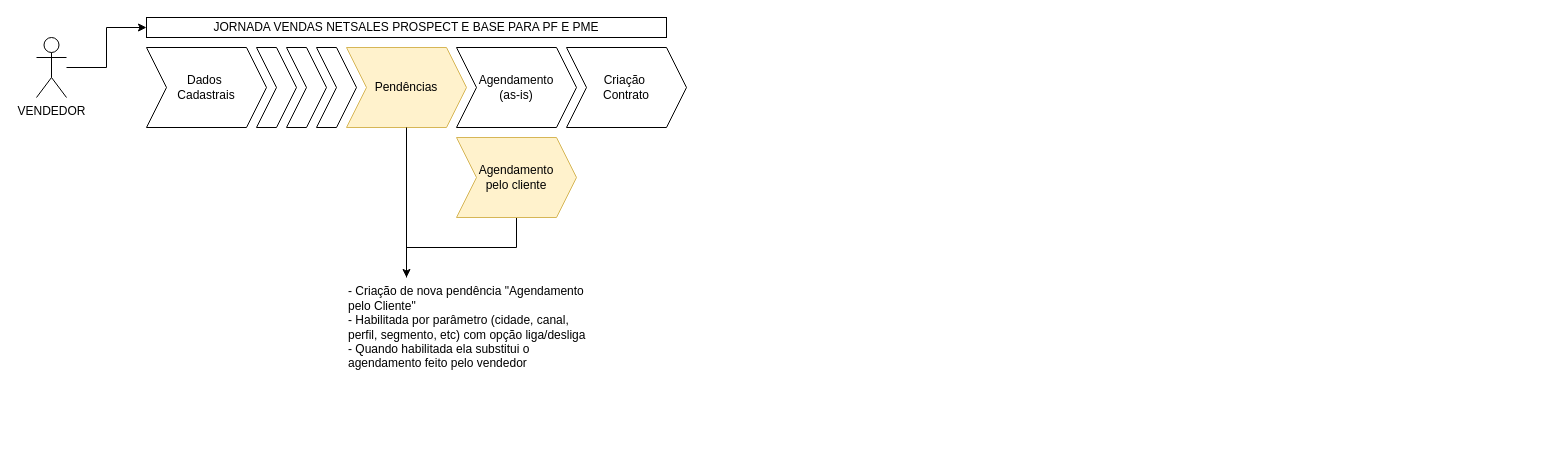
Before: Agenda Quebra Zero.drawio in samirali/ClaroBrasil, a draw.io diagram. Source tidied: cells renumbered, new cells numbered last; positions are measured from the earlier drawing's top-left corner, leaving out a move shared by most shapes. Both pictures are drawn from the tidied source at 100%, with x=0, y=0 at pixel (36, 17).
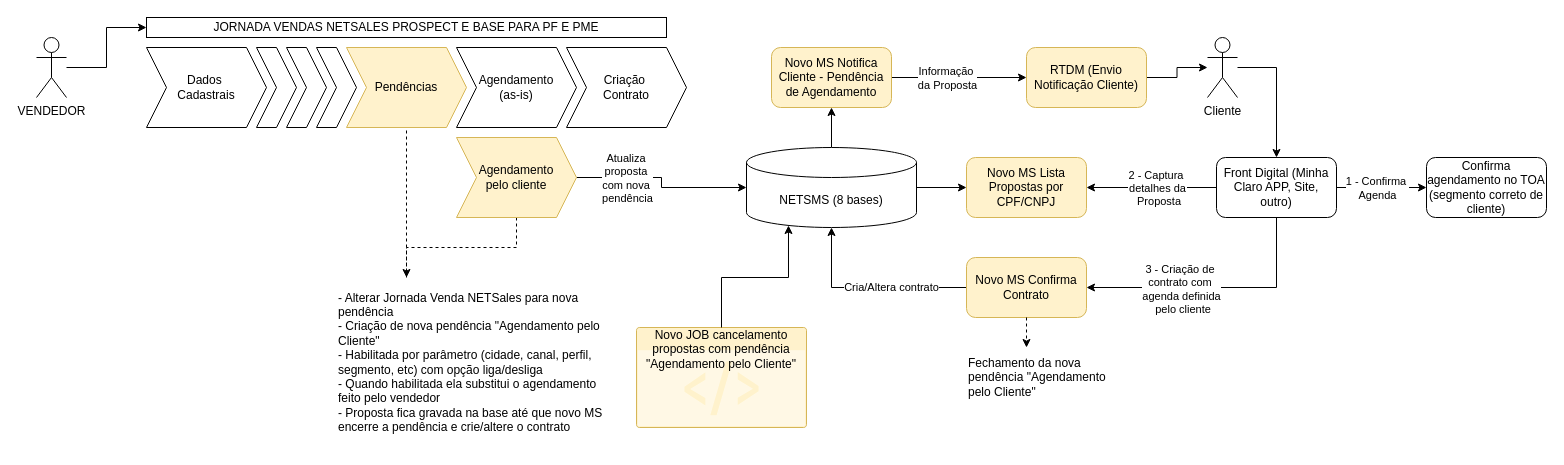
The same page after the edit.

The change refers to these unchanged cells:
```xml
<mxCell id="6" value="Pendências" style="shape=step;perimeter=stepPerimeter;whiteSpace=wrap;html=1;fixedSize=1;fillColor=#fff2cc;strokeColor=#d6b656;" parent="1" vertex="1">
  <mxGeometry x="310" y="30" width="120" height="80" as="geometry" />
</mxCell>
<mxCell id="15" value="Agendamento&lt;div&gt;pelo cliente&lt;br&gt;&lt;/div&gt;" style="shape=step;perimeter=stepPerimeter;whiteSpace=wrap;html=1;fixedSize=1;fillColor=#fff2cc;strokeColor=#d6b656;" parent="1" vertex="1">
  <mxGeometry x="420" y="120" width="120" height="80" as="geometry" />
</mxCell>
```

What changed in the source:
```diff
@@
-    <mxCell id="9" value="- Criação de nova pendência &quot;Agendamento pelo Cliente&quot;&lt;div&gt;- Habilitada por parâmetro (cidade, canal, perfil, segmento, etc) com opção liga/desliga&lt;/div&gt;&lt;div&gt;- Quando habilitada ela substitui o agendamento feito pelo vendedor&lt;/div&gt;" style="text;html=1;align=left;verticalAlign=middle;whiteSpace=wrap;rounded=0;" parent="1" vertex="1">
-      <mxGeometry x="310" y="260" width="240" height="100" as="geometry" />
+    <mxCell id="9" value="- Alterar Jornada Venda NETSales para nova pendência&lt;div&gt;- Criação de nova pendência &quot;Agendamento pelo Cliente&quot;&lt;div&gt;- Habilitada por parâmetro (cidade, canal, perfil, segmento, etc) com opção liga/desliga&lt;/div&gt;&lt;div&gt;- Quando habilitada ela substitui o agendamento feito pelo vendedor&lt;/div&gt;&lt;/div&gt;&lt;div&gt;- Proposta fica gravada na base até que novo MS encerre a pendência e crie/altere o contrato&lt;/div&gt;" style="text;html=1;align=left;verticalAlign=middle;whiteSpace=wrap;rounded=0;" parent="1" vertex="1">
+      <mxGeometry x="300" y="260" width="280" height="170" as="geometry" />
     </mxCell>
-    <mxCell id="10" style="endArrow=none;html=1;rounded=0;entryX=0.5;entryY=1;entryDx=0;entryDy=0;exitX=0.25;exitY=0;exitDx=0;exitDy=0;" parent="1" edge="1" source="9" target="6">
+    <mxCell id="10" style="endArrow=none;html=1;rounded=0;entryX=0.5;entryY=1;entryDx=0;entryDy=0;exitX=0.25;exitY=0;exitDx=0;exitDy=0;dashed=1;" parent="1" edge="1" source="9" target="6">
       <mxGeometry relative="1" as="geometry" />
     </mxCell>
@@
-    <mxCell id="14" style="edgeStyle=orthogonalEdgeStyle;rounded=0;jettySize=auto;html=1;entryX=0.25;entryY=0;entryDx=0;entryDy=0;" parent="1" edge="1" source="15" target="9">
+    <mxCell id="14" style="edgeStyle=orthogonalEdgeStyle;rounded=0;jettySize=auto;html=1;entryX=0.25;entryY=0;entryDx=0;entryDy=0;dashed=1;" parent="1" edge="1" source="15" target="9">
       <mxGeometry relative="1" as="geometry" />
     </mxCell>
+    <mxCell id="16" style="edgeStyle=orthogonalEdgeStyle;rounded=0;jettySize=auto;html=1;" parent="1" edge="1" source="15" target="20">
+      <mxGeometry relative="1" as="geometry" />
+    </mxCell>
+    <mxCell id="17" value="Atualiza&amp;nbsp;&lt;div&gt;proposta&amp;nbsp;&lt;div&gt;com nova&amp;nbsp;&lt;/div&gt;&lt;div&gt;pendência&lt;/div&gt;&lt;/div&gt;" style="edgeLabel;html=1;align=center;verticalAlign=middle;" parent="16" vertex="1">
+      <mxGeometry x="-0.12" y="1" relative="1" as="geometry">
+        <mxPoint x="-29" y="1" as="offset" />
+      </mxGeometry>
+    </mxCell>
@@
+    <mxCell id="18" style="edgeStyle=orthogonalEdgeStyle;rounded=0;jettySize=auto;html=1;entryX=0.5;entryY=1;entryDx=0;entryDy=0;" parent="1" edge="1" source="20" target="23">
+      <mxGeometry relative="1" as="geometry" />
+    </mxCell>
+    <mxCell id="19" style="edgeStyle=orthogonalEdgeStyle;rounded=0;jettySize=auto;html=1;entryX=0;entryY=0.5;entryDx=0;entryDy=0;" parent="1" edge="1" source="20" target="36">
+      <mxGeometry relative="1" as="geometry" />
+    </mxCell>
+    <mxCell id="20" value="NETSMS (8 bases)" style="shape=cylinder3;whiteSpace=wrap;html=1;boundedLbl=1;backgroundOutline=1;size=15;" parent="1" vertex="1">
+      <mxGeometry x="710" y="130" width="170" height="80" as="geometry" />
+    </mxCell>
+    <mxCell id="21" style="edgeStyle=orthogonalEdgeStyle;rounded=0;jettySize=auto;html=1;" parent="1" edge="1" source="23" target="25">
+      <mxGeometry relative="1" as="geometry" />
+    </mxCell>
+    <mxCell id="22" value="Informação&amp;nbsp;&lt;div&gt;da Proposta&lt;/div&gt;" style="edgeLabel;html=1;align=center;verticalAlign=middle;" parent="21" vertex="1">
+      <mxGeometry x="-0.37" y="-2" relative="1" as="geometry">
+        <mxPoint x="12" y="-2" as="offset" />
+      </mxGeometry>
+    </mxCell>
+    <mxCell id="23" value="Novo MS Notifica Cliente - Pendência de Agendamento" style="rounded=1;whiteSpace=wrap;html=1;fillColor=#fff2cc;strokeColor=#d6b656;" parent="1" vertex="1">
+      <mxGeometry x="735" y="30" width="120" height="60" as="geometry" />
+    </mxCell>
+    <mxCell id="24" style="edgeStyle=orthogonalEdgeStyle;rounded=0;jettySize=auto;html=1;" parent="1" edge="1" source="25" target="27">
+      <mxGeometry relative="1" as="geometry" />
+    </mxCell>
+    <mxCell id="25" value="RTDM (Envio Notificação Cliente)" style="whiteSpace=wrap;html=1;rounded=1;fillColor=#fff2cc;strokeColor=#d6b656;" parent="1" vertex="1">
+      <mxGeometry x="990" y="30" width="120" height="60" as="geometry" />
+    </mxCell>
+    <mxCell id="26" style="edgeStyle=orthogonalEdgeStyle;rounded=0;jettySize=auto;html=1;entryX=0.5;entryY=0;entryDx=0;entryDy=0;" parent="1" edge="1" source="27" target="34">
+      <mxGeometry relative="1" as="geometry">
+        <Array as="points">
+          <mxPoint x="1240" y="50" />
+        </Array>
+      </mxGeometry>
+    </mxCell>
+    <mxCell id="27" value="Cliente" style="shape=umlActor;verticalLabelPosition=bottom;verticalAlign=top;html=1;outlineConnect=0;" parent="1" vertex="1">
+      <mxGeometry x="1171" y="20" width="30" height="60" as="geometry" />
+    </mxCell>
+    <mxCell id="28" style="edgeStyle=orthogonalEdgeStyle;rounded=0;jettySize=auto;html=1;" parent="1" edge="1" source="34" target="35">
+      <mxGeometry relative="1" as="geometry" />
+    </mxCell>
+    <mxCell id="29" value="1 - Confirma&amp;nbsp;&lt;div&gt;Agenda&lt;/div&gt;" style="edgeLabel;html=1;align=center;verticalAlign=middle;" parent="28" vertex="1">
+      <mxGeometry x="-0.04" relative="1" as="geometry">
+        <mxPoint x="-3" as="offset" />
+      </mxGeometry>
+    </mxCell>
+    <mxCell id="30" style="edgeStyle=orthogonalEdgeStyle;rounded=0;jettySize=auto;html=1;entryX=1;entryY=0.5;entryDx=0;entryDy=0;" parent="1" edge="1" source="34" target="36">
+      <mxGeometry relative="1" as="geometry" />
+    </mxCell>
+    <mxCell id="31" value="2 - Captura&amp;nbsp;&lt;div&gt;detalhes&amp;nbsp;&lt;span style=&quot;background-color: light-dark(#ffffff, var(--ge-dark-color, #121212)); color: light-dark(rgb(0, 0, 0), rgb(255, 255, 255));&quot;&gt;da&lt;/span&gt;&lt;/div&gt;&lt;div&gt;&lt;span style=&quot;background-color: light-dark(#ffffff, var(--ge-dark-color, #121212)); color: light-dark(rgb(0, 0, 0), rgb(255, 255, 255));&quot;&gt;&amp;nbsp;Proposta&lt;/span&gt;&lt;/div&gt;" style="edgeLabel;html=1;align=center;verticalAlign=middle;" parent="30" vertex="1">
+      <mxGeometry x="-0.21" y="2" relative="1" as="geometry">
+        <mxPoint x="-9" y="-2" as="offset" />
+      </mxGeometry>
+    </mxCell>
+    <mxCell id="32" style="edgeStyle=orthogonalEdgeStyle;rounded=0;jettySize=auto;html=1;entryX=1;entryY=0.5;entryDx=0;entryDy=0;" parent="1" edge="1" source="34" target="39">
+      <mxGeometry relative="1" as="geometry">
+        <Array as="points">
+          <mxPoint x="1240" y="270" />
+        </Array>
+      </mxGeometry>
+    </mxCell>
+    <mxCell id="33" value="3 - Criação de&amp;nbsp;&lt;div&gt;contrato com&amp;nbsp;&lt;/div&gt;&lt;div&gt;agenda definida&lt;/div&gt;&lt;div&gt;&amp;nbsp;pelo cliente&lt;/div&gt;" style="edgeLabel;html=1;align=center;verticalAlign=middle;" parent="32" vertex="1">
+      <mxGeometry x="0.28" y="1" relative="1" as="geometry" />
+    </mxCell>
+    <mxCell id="34" value="Front Digital (Minha Claro APP, Site, outro)" style="rounded=1;whiteSpace=wrap;html=1;" parent="1" vertex="1">
+      <mxGeometry x="1180" y="140" width="120" height="60" as="geometry" />
+    </mxCell>
+    <mxCell id="35" value="Confirma agendamento no TOA (segmento correto de cliente)" style="whiteSpace=wrap;html=1;rounded=1;" parent="1" vertex="1">
+      <mxGeometry x="1390" y="140" width="120" height="60" as="geometry" />
+    </mxCell>
+    <mxCell id="36" value="Novo MS Lista Propostas por CPF/CNPJ" style="rounded=1;whiteSpace=wrap;html=1;fillColor=#fff2cc;strokeColor=#d6b656;" parent="1" vertex="1">
+      <mxGeometry x="930" y="140" width="120" height="60" as="geometry" />
+    </mxCell>
+    <mxCell id="37" style="edgeStyle=orthogonalEdgeStyle;rounded=0;jettySize=auto;html=1;" parent="1" edge="1" source="39" target="20">
+      <mxGeometry relative="1" as="geometry" />
+    </mxCell>
+    <mxCell id="38" value="Cria/Altera contrato" style="edgeLabel;html=1;align=center;verticalAlign=middle;" parent="37" vertex="1">
+      <mxGeometry x="-0.22" y="-1" relative="1" as="geometry" />
+    </mxCell>
+    <mxCell id="39" value="Novo MS Confirma Contrato" style="rounded=1;whiteSpace=wrap;html=1;fillColor=#fff2cc;strokeColor=#d6b656;" parent="1" vertex="1">
+      <mxGeometry x="930" y="240" width="120" height="60" as="geometry" />
+    </mxCell>
+    <mxCell id="40" value="Novo JOB cancelamento propostas com pendência &quot;Agendamento pelo Cliente&quot;" style="html=1;whiteSpace=wrap;strokeColor=#d6b656;fillColor=#fff2cc;labelPosition=center;verticalLabelPosition=middle;verticalAlign=top;align=center;fontSize=12;outlineConnect=0;spacingTop=-6;sketch=0;shape=mxgraph.sitemap.script;" parent="1" vertex="1">
+      <mxGeometry x="600" y="310" width="170" height="100" as="geometry" />
+    </mxCell>
+    <mxCell id="41" style="edgeStyle=orthogonalEdgeStyle;rounded=0;jettySize=auto;html=1;entryX=0.247;entryY=0.975;entryDx=0;entryDy=0;entryPerimeter=0;" parent="1" edge="1" source="40" target="20">
+      <mxGeometry relative="1" as="geometry" />
+    </mxCell>
+    <mxCell id="42" value="Fechamento da nova pendência &quot;Agendamento pelo Cliente&quot;" style="text;html=1;align=left;verticalAlign=middle;whiteSpace=wrap;rounded=0;" parent="1" vertex="1">
+      <mxGeometry x="930" y="345" width="160" height="30" as="geometry" />
+    </mxCell>
+    <mxCell id="43" style="endArrow=classic;html=1;rounded=0;exitX=0.5;exitY=1;exitDx=0;exitDy=0;dashed=1;" parent="1" edge="1" source="39">
+      <mxGeometry relative="1" as="geometry">
+        <mxPoint x="990" y="330" as="targetPoint" />
+      </mxGeometry>
+    </mxCell>
```
